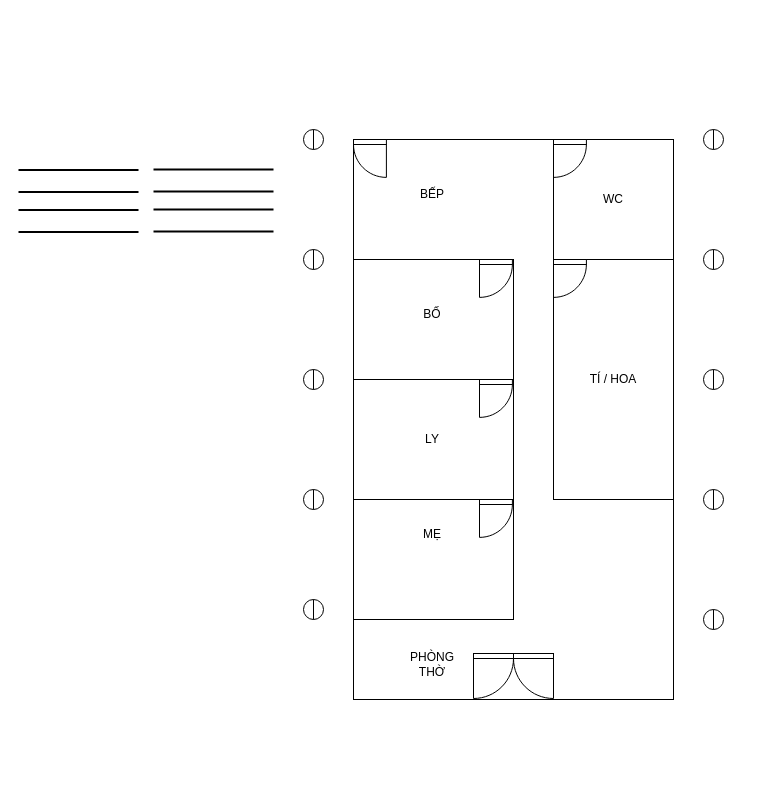
The draw.io diagram Untitled Diagram.drawio in 9hnd5/diagrams, before the edit. Source tidied: cells renumbered, new cells numbered last; positions are measured from the earlier drawing's top-left corner, leaving out a move shared by most shapes. Both pictures are drawn from the tidied source at 100%, with x=0, y=0 at pixel (18, 129).
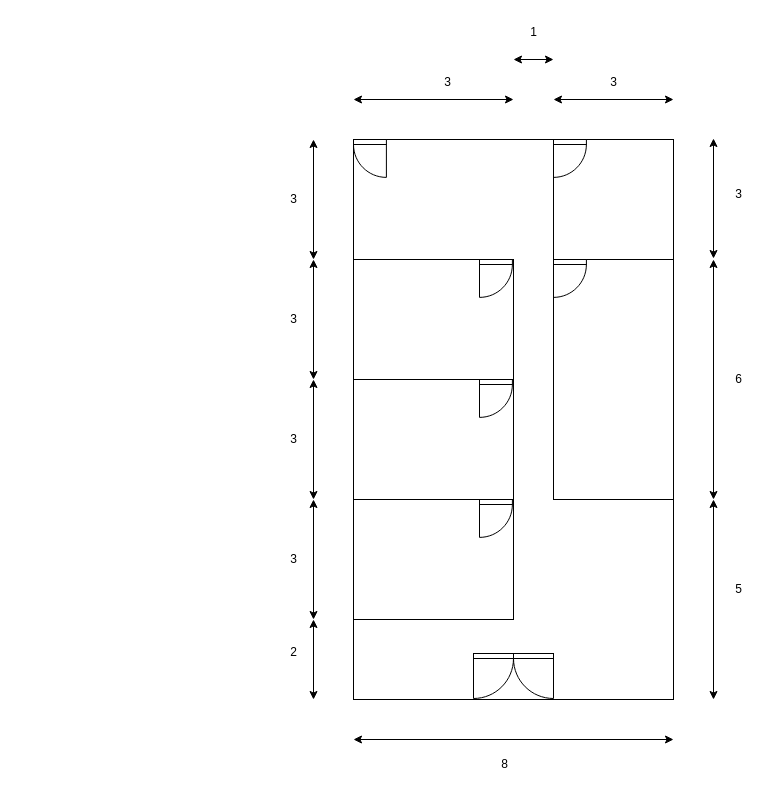
The same page after the edit.

Diff of the diagram source:
```diff
@@
-    <mxCell id="5" value="TÍ / HOA" style="rounded=0;whiteSpace=wrap;html=1;" parent="1" vertex="1">
+    <mxCell id="5" style="rounded=0;whiteSpace=wrap;html=1;" parent="1" vertex="1">
       <mxGeometry x="535" y="130" width="120" height="240" as="geometry" />
     </mxCell>
@@
-    <mxCell id="7" value="WC" style="rounded=0;whiteSpace=wrap;html=1;" parent="1" vertex="1">
+    <mxCell id="7" style="rounded=0;whiteSpace=wrap;html=1;" parent="1" vertex="1">
       <mxGeometry x="535" y="10" width="120" height="120" as="geometry" />
     </mxCell>
-    <mxCell id="8" value="BẾP" style="text;html=1;strokeColor=none;fillColor=none;align=center;verticalAlign=middle;whiteSpace=wrap;rounded=0;" parent="1" vertex="1">
-      <mxGeometry x="384" y="50" width="60" height="30" as="geometry" />
-    </mxCell>
-    <mxCell id="9" value="BỐ" style="text;html=1;strokeColor=none;fillColor=none;align=center;verticalAlign=middle;whiteSpace=wrap;rounded=0;" parent="1" vertex="1">
-      <mxGeometry x="384" y="170" width="60" height="30" as="geometry" />
-    </mxCell>
@@
-    <mxCell id="11" value="LY" style="text;html=1;strokeColor=none;fillColor=none;align=center;verticalAlign=middle;whiteSpace=wrap;rounded=0;" parent="1" vertex="1">
-      <mxGeometry x="384" y="295" width="60" height="30" as="geometry" />
-    </mxCell>
-    <mxCell id="12" value="MẸ" style="text;html=1;strokeColor=none;fillColor=none;align=center;verticalAlign=middle;whiteSpace=wrap;rounded=0;" parent="1" vertex="1">
-      <mxGeometry x="384" y="390" width="60" height="30" as="geometry" />
-    </mxCell>
-    <mxCell id="13" value="PHÒNG THỜ" style="text;html=1;strokeColor=none;fillColor=none;align=center;verticalAlign=middle;whiteSpace=wrap;rounded=0;" parent="1" vertex="1">
-      <mxGeometry x="384" y="520" width="60" height="30" as="geometry" />
-    </mxCell>
@@
-    <mxCell id="21" style="shape=lineEllipse;line=vertical;perimeter=ellipsePerimeter;whiteSpace=wrap;html=1;backgroundOutline=1;" parent="1" vertex="1">
-      <mxGeometry x="285" width="20" height="20" as="geometry" />
-    </mxCell>
-    <mxCell id="22" style="shape=lineEllipse;line=vertical;perimeter=ellipsePerimeter;whiteSpace=wrap;html=1;backgroundOutline=1;" parent="1" vertex="1">
-      <mxGeometry x="285" y="120" width="20" height="20" as="geometry" />
-    </mxCell>
-    <mxCell id="23" style="shape=lineEllipse;line=vertical;perimeter=ellipsePerimeter;whiteSpace=wrap;html=1;backgroundOutline=1;" parent="1" vertex="1">
-      <mxGeometry x="285" y="240" width="20" height="20" as="geometry" />
-    </mxCell>
-    <mxCell id="24" style="shape=lineEllipse;line=vertical;perimeter=ellipsePerimeter;whiteSpace=wrap;html=1;backgroundOutline=1;" parent="1" vertex="1">
-      <mxGeometry x="285" y="360" width="20" height="20" as="geometry" />
-    </mxCell>
-    <mxCell id="25" style="shape=lineEllipse;line=vertical;perimeter=ellipsePerimeter;whiteSpace=wrap;html=1;backgroundOutline=1;" parent="1" vertex="1">
-      <mxGeometry x="285" y="470" width="20" height="20" as="geometry" />
-    </mxCell>
-    <mxCell id="26" style="shape=lineEllipse;line=vertical;perimeter=ellipsePerimeter;whiteSpace=wrap;html=1;backgroundOutline=1;" parent="1" vertex="1">
-      <mxGeometry x="685" width="20" height="20" as="geometry" />
-    </mxCell>
-    <mxCell id="27" style="shape=lineEllipse;line=vertical;perimeter=ellipsePerimeter;whiteSpace=wrap;html=1;backgroundOutline=1;" parent="1" vertex="1">
-      <mxGeometry x="685" y="120" width="20" height="20" as="geometry" />
-    </mxCell>
-    <mxCell id="28" style="shape=lineEllipse;line=vertical;perimeter=ellipsePerimeter;whiteSpace=wrap;html=1;backgroundOutline=1;" parent="1" vertex="1">
-      <mxGeometry x="685" y="240" width="20" height="20" as="geometry" />
-    </mxCell>
-    <mxCell id="29" style="shape=lineEllipse;line=vertical;perimeter=ellipsePerimeter;whiteSpace=wrap;html=1;backgroundOutline=1;" parent="1" vertex="1">
-      <mxGeometry x="685" y="360" width="20" height="20" as="geometry" />
-    </mxCell>
-    <mxCell id="30" style="shape=lineEllipse;line=vertical;perimeter=ellipsePerimeter;whiteSpace=wrap;html=1;backgroundOutline=1;" parent="1" vertex="1">
-      <mxGeometry x="685" y="480" width="20" height="20" as="geometry" />
-    </mxCell>
-    <mxCell id="31" style="endArrow=none;html=1;rounded=0;strokeWidth=2;" parent="1" edge="1">
-      <mxGeometry relative="1" as="geometry">
-        <mxPoint x="135" y="40" as="sourcePoint" />
-        <mxPoint x="255" y="40" as="targetPoint" />
-      </mxGeometry>
-    </mxCell>
-    <mxCell id="32" style="endArrow=none;html=1;rounded=0;strokeWidth=2;" parent="1" edge="1">
-      <mxGeometry relative="1" as="geometry">
-        <mxPoint x="135" y="62" as="sourcePoint" />
-        <mxPoint x="255" y="62" as="targetPoint" />
-      </mxGeometry>
-    </mxCell>
-    <mxCell id="33" style="endArrow=none;html=1;rounded=0;strokeWidth=2;" parent="1" edge="1">
-      <mxGeometry relative="1" as="geometry">
-        <mxPoint x="135" y="80" as="sourcePoint" />
-        <mxPoint x="255" y="80" as="targetPoint" />
-      </mxGeometry>
-    </mxCell>
-    <mxCell id="34" style="endArrow=none;html=1;rounded=0;strokeWidth=2;" parent="1" edge="1">
-      <mxGeometry relative="1" as="geometry">
-        <mxPoint x="135" y="102" as="sourcePoint" />
-        <mxPoint x="255" y="102" as="targetPoint" />
-      </mxGeometry>
-    </mxCell>
-    <mxCell id="35" style="endArrow=none;html=1;rounded=0;strokeWidth=2;" parent="1" edge="1">
-      <mxGeometry relative="1" as="geometry">
-        <mxPoint y="40.4" as="sourcePoint" />
-        <mxPoint x="120" y="40.4" as="targetPoint" />
-      </mxGeometry>
-    </mxCell>
-    <mxCell id="36" style="endArrow=none;html=1;rounded=0;strokeWidth=2;" parent="1" edge="1">
-      <mxGeometry relative="1" as="geometry">
-        <mxPoint y="62.4" as="sourcePoint" />
-        <mxPoint x="120" y="62.4" as="targetPoint" />
-      </mxGeometry>
-    </mxCell>
-    <mxCell id="37" style="endArrow=none;html=1;rounded=0;strokeWidth=2;" parent="1" edge="1">
-      <mxGeometry relative="1" as="geometry">
-        <mxPoint y="80.4" as="sourcePoint" />
-        <mxPoint x="120" y="80.4" as="targetPoint" />
-      </mxGeometry>
-    </mxCell>
-    <mxCell id="38" style="endArrow=none;html=1;rounded=0;strokeWidth=2;" parent="1" edge="1">
-      <mxGeometry relative="1" as="geometry">
-        <mxPoint y="102.4" as="sourcePoint" />
-        <mxPoint x="120" y="102.4" as="targetPoint" />
-      </mxGeometry>
-    </mxCell>
+    <mxCell id="39" style="endArrow=classic;startArrow=classic;html=1;rounded=0;" parent="1" edge="1">
+      <mxGeometry relative="1" as="geometry">
+        <mxPoint x="295" y="130" as="sourcePoint" />
+        <mxPoint x="295" y="10" as="targetPoint" />
+      </mxGeometry>
+    </mxCell>
+    <mxCell id="40" value="3" style="text;html=1;align=center;verticalAlign=middle;strokeColor=none;fillColor=none;" parent="1" vertex="1">
+      <mxGeometry x="260" y="55" width="30" height="30" as="geometry" />
+    </mxCell>
+    <mxCell id="41" style="endArrow=classic;startArrow=classic;html=1;rounded=0;" parent="1" edge="1">
+      <mxGeometry relative="1" as="geometry">
+        <mxPoint x="295" y="250" as="sourcePoint" />
+        <mxPoint x="295" y="130" as="targetPoint" />
+      </mxGeometry>
+    </mxCell>
+    <mxCell id="42" value="3" style="text;html=1;align=center;verticalAlign=middle;strokeColor=none;fillColor=none;" parent="1" vertex="1">
+      <mxGeometry x="260" y="175" width="30" height="30" as="geometry" />
+    </mxCell>
+    <mxCell id="43" style="endArrow=classic;startArrow=classic;html=1;rounded=0;" parent="1" edge="1">
+      <mxGeometry relative="1" as="geometry">
+        <mxPoint x="295" y="370" as="sourcePoint" />
+        <mxPoint x="295" y="250" as="targetPoint" />
+      </mxGeometry>
+    </mxCell>
+    <mxCell id="44" value="3" style="text;html=1;align=center;verticalAlign=middle;strokeColor=none;fillColor=none;" parent="1" vertex="1">
+      <mxGeometry x="260" y="295" width="30" height="30" as="geometry" />
+    </mxCell>
+    <mxCell id="45" style="endArrow=classic;startArrow=classic;html=1;rounded=0;" parent="1" edge="1">
+      <mxGeometry relative="1" as="geometry">
+        <mxPoint x="295" y="490" as="sourcePoint" />
+        <mxPoint x="295" y="370" as="targetPoint" />
+      </mxGeometry>
+    </mxCell>
+    <mxCell id="46" value="3" style="text;html=1;align=center;verticalAlign=middle;strokeColor=none;fillColor=none;" parent="1" vertex="1">
+      <mxGeometry x="260" y="415" width="30" height="30" as="geometry" />
+    </mxCell>
+    <mxCell id="47" style="endArrow=classic;startArrow=classic;html=1;rounded=0;" parent="1" edge="1">
+      <mxGeometry relative="1" as="geometry">
+        <mxPoint x="695" y="129" as="sourcePoint" />
+        <mxPoint x="695" y="9" as="targetPoint" />
+      </mxGeometry>
+    </mxCell>
+    <mxCell id="48" value="3" style="text;html=1;align=center;verticalAlign=middle;strokeColor=none;fillColor=none;" parent="1" vertex="1">
+      <mxGeometry x="705" y="50" width="30" height="30" as="geometry" />
+    </mxCell>
+    <mxCell id="49" style="endArrow=classic;startArrow=classic;html=1;rounded=0;" parent="1" edge="1">
+      <mxGeometry relative="1" as="geometry">
+        <mxPoint x="695" y="370" as="sourcePoint" />
+        <mxPoint x="695" y="130" as="targetPoint" />
+      </mxGeometry>
+    </mxCell>
+    <mxCell id="50" value="6" style="text;html=1;align=center;verticalAlign=middle;strokeColor=none;fillColor=none;" parent="1" vertex="1">
+      <mxGeometry x="705" y="235" width="30" height="30" as="geometry" />
+    </mxCell>
+    <mxCell id="51" style="endArrow=classic;startArrow=classic;html=1;rounded=0;" parent="1" edge="1">
+      <mxGeometry relative="1" as="geometry">
+        <mxPoint x="695" y="570" as="sourcePoint" />
+        <mxPoint x="695" y="370" as="targetPoint" />
+      </mxGeometry>
+    </mxCell>
+    <mxCell id="52" value="5" style="text;html=1;align=center;verticalAlign=middle;strokeColor=none;fillColor=none;" parent="1" vertex="1">
+      <mxGeometry x="705" y="445" width="30" height="30" as="geometry" />
+    </mxCell>
+    <mxCell id="53" style="endArrow=classic;startArrow=classic;html=1;rounded=0;" parent="1" edge="1">
+      <mxGeometry relative="1" as="geometry">
+        <mxPoint x="535" y="-30" as="sourcePoint" />
+        <mxPoint x="655" y="-30" as="targetPoint" />
+      </mxGeometry>
+    </mxCell>
+    <mxCell id="54" value="3" style="text;html=1;align=center;verticalAlign=middle;strokeColor=none;fillColor=none;" parent="1" vertex="1">
+      <mxGeometry x="580" y="-62" width="30" height="30" as="geometry" />
+    </mxCell>
+    <mxCell id="55" style="endArrow=classic;startArrow=classic;html=1;rounded=0;" parent="1" edge="1">
+      <mxGeometry relative="1" as="geometry">
+        <mxPoint x="335" y="-30" as="sourcePoint" />
+        <mxPoint x="495" y="-30" as="targetPoint" />
+      </mxGeometry>
+    </mxCell>
+    <mxCell id="56" value="3" style="text;html=1;align=center;verticalAlign=middle;strokeColor=none;fillColor=none;" parent="1" vertex="1">
+      <mxGeometry x="414" y="-62" width="30" height="30" as="geometry" />
+    </mxCell>
+    <mxCell id="57" style="endArrow=classic;startArrow=classic;html=1;rounded=0;" parent="1" edge="1">
+      <mxGeometry relative="1" as="geometry">
+        <mxPoint x="335" y="610" as="sourcePoint" />
+        <mxPoint x="655" y="610" as="targetPoint" />
+      </mxGeometry>
+    </mxCell>
+    <mxCell id="58" value="8" style="text;html=1;align=center;verticalAlign=middle;strokeColor=none;fillColor=none;" parent="1" vertex="1">
+      <mxGeometry x="471" y="620" width="30" height="30" as="geometry" />
+    </mxCell>
+    <mxCell id="59" style="endArrow=classic;startArrow=classic;html=1;rounded=0;" parent="1" edge="1">
+      <mxGeometry relative="1" as="geometry">
+        <mxPoint x="495" y="-70" as="sourcePoint" />
+        <mxPoint x="535" y="-70" as="targetPoint" />
+      </mxGeometry>
+    </mxCell>
+    <mxCell id="60" value="1" style="text;html=1;align=center;verticalAlign=middle;strokeColor=none;fillColor=none;" parent="1" vertex="1">
+      <mxGeometry x="500" y="-112" width="30" height="30" as="geometry" />
+    </mxCell>
+    <mxCell id="61" style="endArrow=classic;startArrow=classic;html=1;rounded=0;" parent="1" edge="1">
+      <mxGeometry relative="1" as="geometry">
+        <mxPoint x="295" y="570" as="sourcePoint" />
+        <mxPoint x="295" y="490" as="targetPoint" />
+      </mxGeometry>
+    </mxCell>
+    <mxCell id="62" value="2" style="text;html=1;align=center;verticalAlign=middle;strokeColor=none;fillColor=none;" parent="1" vertex="1">
+      <mxGeometry x="260" y="508" width="30" height="30" as="geometry" />
+    </mxCell>
```
